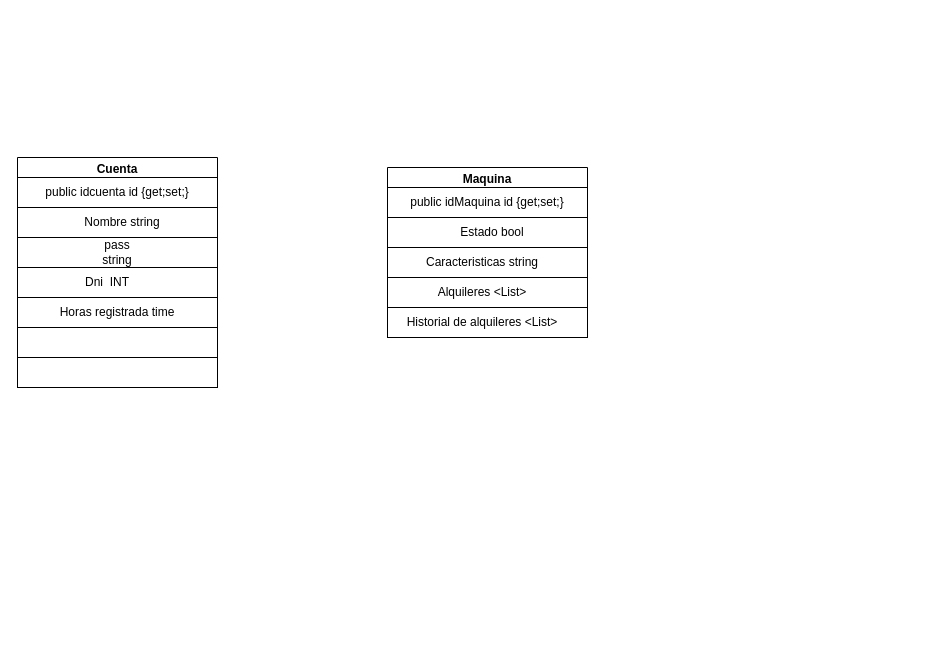
Before: Untitled Diagram.drawio in Sherklan12e/Loginyutu, a draw.io diagram. Source tidied: cells renumbered, new cells numbered last; positions are measured from the earlier drawing's top-left corner, leaving out a move shared by most shapes. Both pictures are drawn from the tidied source at 100%, with x=0, y=0 at pixel (17, 157).
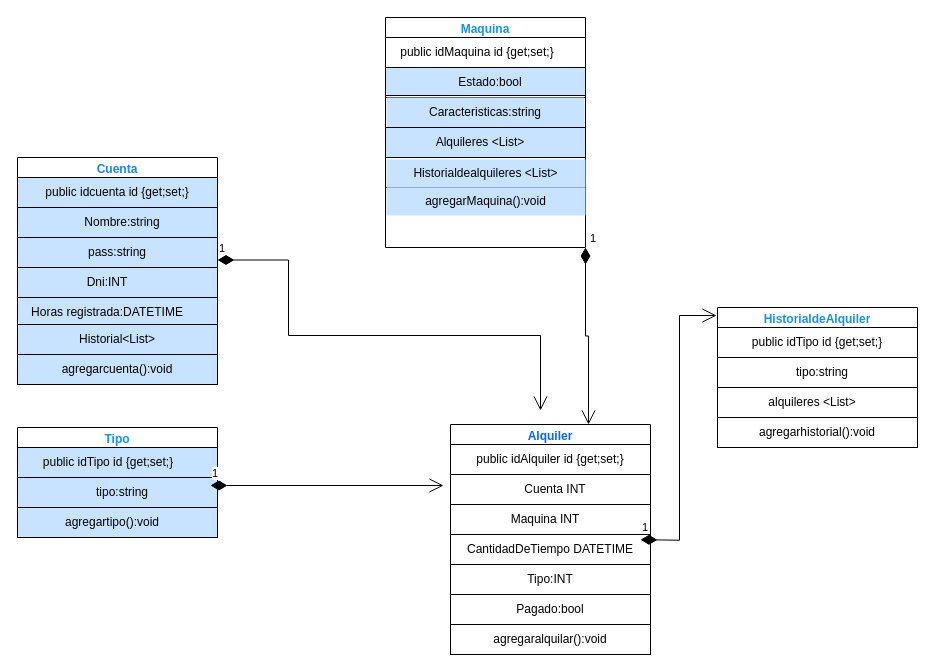
The same page after the edit.

What changed in the source:
```diff
@@
-    <mxCell id="2" value="Cuenta" style="swimlane;whiteSpace=wrap;html=1;" parent="1" vertex="1">
-      <mxGeometry width="200" height="200" as="geometry" />
+    <mxCell id="2" value="Cuenta" style="swimlane;whiteSpace=wrap;html=1;fontColor=#1783FF;" parent="1" vertex="1">
+      <mxGeometry width="200" height="227" as="geometry" />
     </mxCell>
-    <mxCell id="3" style="rounded=0;whiteSpace=wrap;html=1;" parent="2" vertex="1">
+    <mxCell id="3" style="rounded=0;whiteSpace=wrap;html=1;fontColor=#66FFFF;fillColor=#C7E3FF;" parent="2" vertex="1">
       <mxGeometry y="20" width="200" height="30" as="geometry" />
     </mxCell>
-    <mxCell id="4" style="rounded=0;whiteSpace=wrap;html=1;" parent="2" vertex="1">
+    <mxCell id="4" style="rounded=0;whiteSpace=wrap;html=1;fontColor=#66FFFF;fillColor=#C7E3FF;" parent="2" vertex="1">
       <mxGeometry y="80" width="200" height="30" as="geometry" />
     </mxCell>
-    <mxCell id="5" style="rounded=0;whiteSpace=wrap;html=1;" parent="2" vertex="1">
+    <mxCell id="5" style="rounded=0;whiteSpace=wrap;html=1;fontColor=#66FFFF;fillColor=#C7E3FF;" parent="2" vertex="1">
       <mxGeometry y="50" width="200" height="30" as="geometry" />
     </mxCell>
-    <mxCell id="6" style="rounded=0;whiteSpace=wrap;html=1;" parent="2" vertex="1">
+    <mxCell id="6" style="rounded=0;whiteSpace=wrap;html=1;fontColor=#66FFFF;fillColor=#C7E3FF;" parent="2" vertex="1">
       <mxGeometry y="110" width="200" height="30" as="geometry" />
     </mxCell>
-    <mxCell id="7" style="rounded=0;whiteSpace=wrap;html=1;" parent="2" vertex="1">
+    <mxCell id="7" style="rounded=0;whiteSpace=wrap;html=1;fontColor=#66FFFF;fillColor=#C7E3FF;" parent="2" vertex="1">
       <mxGeometry y="140" width="200" height="30" as="geometry" />
     </mxCell>
-    <mxCell id="8" style="rounded=0;whiteSpace=wrap;html=1;" parent="2" vertex="1">
-      <mxGeometry y="170" width="200" height="30" as="geometry" />
-    </mxCell>
@@
-    <mxCell id="10" value="Nombre string" style="text;html=1;align=center;verticalAlign=middle;whiteSpace=wrap;rounded=0;" parent="2" vertex="1">
+    <mxCell id="10" value="Nombre:string" style="text;html=1;align=center;verticalAlign=middle;whiteSpace=wrap;rounded=0;" parent="2" vertex="1">
       <mxGeometry x="50" y="50" width="110" height="30" as="geometry" />
     </mxCell>
-    <mxCell id="11" value="&lt;div&gt;pass string&lt;br&gt;&lt;/div&gt;" style="text;html=1;align=center;verticalAlign=middle;whiteSpace=wrap;rounded=0;" parent="2" vertex="1">
+    <mxCell id="11" value="&lt;div&gt;pass:string&lt;br&gt;&lt;/div&gt;" style="text;html=1;align=center;verticalAlign=middle;whiteSpace=wrap;rounded=0;" parent="2" vertex="1">
       <mxGeometry x="70" y="80" width="60" height="30" as="geometry" />
     </mxCell>
-    <mxCell id="12" value="&lt;div&gt;Dni&amp;nbsp; INT&lt;br&gt;&lt;/div&gt;" style="text;html=1;align=center;verticalAlign=middle;whiteSpace=wrap;rounded=0;" parent="2" vertex="1">
+    <mxCell id="12" value="&lt;div&gt;Dni:INT&lt;br&gt;&lt;/div&gt;" style="text;html=1;align=center;verticalAlign=middle;whiteSpace=wrap;rounded=0;" parent="2" vertex="1">
       <mxGeometry x="60" y="110" width="60" height="30" as="geometry" />
     </mxCell>
-    <mxCell id="13" value="Horas registrada time" style="text;html=1;align=center;verticalAlign=middle;whiteSpace=wrap;rounded=0;" parent="2" vertex="1">
-      <mxGeometry x="40" y="140" width="120" height="30" as="geometry" />
+    <mxCell id="13" value="Horas registrada:DATETIME" style="text;html=1;align=center;verticalAlign=middle;whiteSpace=wrap;rounded=0;" parent="2" vertex="1">
+      <mxGeometry y="140" width="180" height="30" as="geometry" />
     </mxCell>
-    <mxCell id="14" style="rounded=0;whiteSpace=wrap;html=1;" parent="1" vertex="1">
-      <mxGeometry y="200" width="200" height="30" as="geometry" />
+    <mxCell id="14" value="Historial&amp;lt;List&amp;gt;" style="rounded=0;whiteSpace=wrap;html=1;fontColor=#000000;fillColor=#C7E3FF;" parent="2" vertex="1">
+      <mxGeometry y="167" width="200" height="30" as="geometry" />
     </mxCell>
+    <mxCell id="8" value="&lt;font&gt;agregarcuenta()&lt;/font&gt;:void" style="rounded=0;whiteSpace=wrap;html=1;fontColor=#000000;fillColor=#C7E3FF;" parent="2" vertex="1">
+      <mxGeometry y="197" width="200" height="30" as="geometry" />
+    </mxCell>
-    <mxCell id="15" value="Maquina" style="swimlane;whiteSpace=wrap;html=1;" parent="1" vertex="1">
-      <mxGeometry x="370" y="10" width="200" height="170" as="geometry" />
+    <mxCell id="15" value="Maquina" style="swimlane;whiteSpace=wrap;html=1;fontColor=#1290FF;" parent="1" vertex="1">
+      <mxGeometry x="368" y="-140" width="200" height="230" as="geometry" />
     </mxCell>
-    <mxCell id="16" style="rounded=0;whiteSpace=wrap;html=1;" parent="15" vertex="1">
+    <mxCell id="16" style="rounded=0;whiteSpace=wrap;html=1;fillColor=#FFFFFF;" parent="15" vertex="1">
       <mxGeometry y="20" width="200" height="30" as="geometry" />
     </mxCell>
@@
-    <mxCell id="18" style="rounded=0;whiteSpace=wrap;html=1;" parent="15" vertex="1">
-      <mxGeometry y="50" width="200" height="30" as="geometry" />
+    <mxCell id="18" style="rounded=0;whiteSpace=wrap;html=1;fillColor=#C7E3FF;" parent="15" vertex="1">
+      <mxGeometry y="50" width="200" height="28" as="geometry" />
     </mxCell>
     <mxCell id="19" value="public idMaquina id {get;set;}" style="text;html=1;align=center;verticalAlign=middle;whiteSpace=wrap;rounded=0;" parent="15" vertex="1">
-      <mxGeometry x="10" y="20" width="180" height="30" as="geometry" />
+      <mxGeometry x="10" y="20" width="164" height="30" as="geometry" />
     </mxCell>
-    <mxCell id="20" value="Estado bool" style="text;html=1;align=center;verticalAlign=middle;whiteSpace=wrap;rounded=0;" parent="15" vertex="1">
+    <mxCell id="20" value="Estado:bool" style="text;html=1;align=center;verticalAlign=middle;whiteSpace=wrap;rounded=0;" parent="15" vertex="1">
       <mxGeometry x="50" y="50" width="110" height="30" as="geometry" />
     </mxCell>
-    <mxCell id="21" value="Caracteristicas string" style="text;html=1;align=center;verticalAlign=middle;whiteSpace=wrap;rounded=0;" parent="15" vertex="1">
-      <mxGeometry y="80" width="190" height="30" as="geometry" />
+    <mxCell id="21" value="Caracteristicas:string" style="text;html=1;align=center;verticalAlign=middle;whiteSpace=wrap;rounded=0;fillColor=#C7E3FF;" parent="15" vertex="1">
+      <mxGeometry x="1" y="80" width="198" height="30" as="geometry" />
     </mxCell>
-    <mxCell id="22" style="rounded=0;whiteSpace=wrap;html=1;" parent="15" vertex="1">
+    <mxCell id="22" style="rounded=0;whiteSpace=wrap;html=1;fillColor=#C7E3FF;" parent="15" vertex="1">
       <mxGeometry y="110" width="200" height="30" as="geometry" />
     </mxCell>
@@
-    <mxCell id="25" value="Historial de alquileres &amp;lt;List&amp;gt;" style="text;html=1;align=center;verticalAlign=middle;whiteSpace=wrap;rounded=0;" parent="15" vertex="1">
-      <mxGeometry y="140" width="190" height="30" as="geometry" />
+    <mxCell id="25" value="Historialdealquileres &amp;lt;List&amp;gt;" style="text;html=1;align=center;verticalAlign=middle;whiteSpace=wrap;rounded=0;fillColor=#C7E3FF;" parent="15" vertex="1">
+      <mxGeometry x="1" y="142" width="199" height="28" as="geometry" />
     </mxCell>
+    <mxCell id="26" value="agregarMaquina():void" style="text;html=1;align=center;verticalAlign=middle;whiteSpace=wrap;rounded=0;fillColor=#C7E3FF;" parent="15" vertex="1">
+      <mxGeometry x="1" y="170" width="199" height="28" as="geometry" />
+    </mxCell>
+    <mxCell id="27" value="Tipo" style="swimlane;whiteSpace=wrap;html=1;fontColor=#1290FF;" parent="1" vertex="1">
+      <mxGeometry y="270" width="200" height="110" as="geometry" />
+    </mxCell>
+    <mxCell id="28" style="rounded=0;whiteSpace=wrap;html=1;fillColor=#C7E3FF;" parent="27" vertex="1">
+      <mxGeometry y="20" width="200" height="30" as="geometry" />
+    </mxCell>
+    <mxCell id="29" style="rounded=0;whiteSpace=wrap;html=1;fillColor=#C7E3FF;" parent="27" vertex="1">
+      <mxGeometry y="50" width="200" height="30" as="geometry" />
+    </mxCell>
+    <mxCell id="30" value="public idTipo id {get;set;}" style="text;html=1;align=center;verticalAlign=middle;whiteSpace=wrap;rounded=0;" parent="27" vertex="1">
+      <mxGeometry x="10" y="20" width="162" height="30" as="geometry" />
+    </mxCell>
+    <mxCell id="31" value="tipo:string" style="text;html=1;align=center;verticalAlign=middle;whiteSpace=wrap;rounded=0;" parent="27" vertex="1">
+      <mxGeometry x="50" y="50" width="110" height="30" as="geometry" />
+    </mxCell>
+    <mxCell id="32" style="rounded=0;whiteSpace=wrap;html=1;fillColor=#C7E3FF;" parent="27" vertex="1">
+      <mxGeometry y="80" width="200" height="30" as="geometry" />
+    </mxCell>
+    <mxCell id="33" value="agregartipo():void" style="text;html=1;align=center;verticalAlign=middle;whiteSpace=wrap;rounded=0;" parent="27" vertex="1">
+      <mxGeometry x="10" y="80" width="170" height="30" as="geometry" />
+    </mxCell>
+    <mxCell id="34" value="Alquiler" style="swimlane;whiteSpace=wrap;html=1;fontColor=#0066FF;" parent="1" vertex="1">
+      <mxGeometry x="433" y="267" width="200" height="223" as="geometry" />
+    </mxCell>
+    <mxCell id="35" style="rounded=0;whiteSpace=wrap;html=1;" parent="34" vertex="1">
+      <mxGeometry y="20" width="200" height="30" as="geometry" />
+    </mxCell>
+    <mxCell id="36" style="rounded=0;whiteSpace=wrap;html=1;" parent="34" vertex="1">
+      <mxGeometry y="50" width="200" height="30" as="geometry" />
+    </mxCell>
+    <mxCell id="37" value="public idAlquiler id {get;set;}" style="text;html=1;align=center;verticalAlign=middle;whiteSpace=wrap;rounded=0;" parent="34" vertex="1">
+      <mxGeometry x="10" y="20" width="180" height="30" as="geometry" />
+    </mxCell>
+    <mxCell id="38" value="Cuenta INT" style="text;html=1;align=center;verticalAlign=middle;whiteSpace=wrap;rounded=0;" parent="34" vertex="1">
+      <mxGeometry x="50" y="50" width="110" height="30" as="geometry" />
+    </mxCell>
+    <mxCell id="39" style="rounded=0;whiteSpace=wrap;html=1;" parent="34" vertex="1">
+      <mxGeometry y="80" width="200" height="30" as="geometry" />
+    </mxCell>
+    <mxCell id="40" value="Maquina INT" style="text;html=1;align=center;verticalAlign=middle;whiteSpace=wrap;rounded=0;" parent="34" vertex="1">
+      <mxGeometry x="10" y="80" width="170" height="30" as="geometry" />
+    </mxCell>
+    <mxCell id="41" value="CantidadDeTiempo DATETIME" style="rounded=0;whiteSpace=wrap;html=1;" parent="34" vertex="1">
+      <mxGeometry y="110" width="200" height="30" as="geometry" />
+    </mxCell>
+    <mxCell id="42" value="Tipo:INT" style="rounded=0;whiteSpace=wrap;html=1;" parent="34" vertex="1">
+      <mxGeometry y="140" width="200" height="30" as="geometry" />
+    </mxCell>
+    <mxCell id="43" value="Pagado:bool" style="rounded=0;whiteSpace=wrap;html=1;" parent="34" vertex="1">
+      <mxGeometry y="170" width="200" height="30" as="geometry" />
+    </mxCell>
+    <mxCell id="44" value="agregaralquilar():void" style="rounded=0;whiteSpace=wrap;html=1;" parent="34" vertex="1">
+      <mxGeometry y="200" width="200" height="30" as="geometry" />
+    </mxCell>
+    <mxCell id="45" value="HistorialdeAlquiler" style="swimlane;whiteSpace=wrap;html=1;fontColor=#1290FF;" parent="1" vertex="1">
+      <mxGeometry x="700" y="150" width="200" height="110" as="geometry" />
+    </mxCell>
+    <mxCell id="46" style="rounded=0;whiteSpace=wrap;html=1;" parent="45" vertex="1">
+      <mxGeometry y="20" width="200" height="30" as="geometry" />
+    </mxCell>
+    <mxCell id="47" style="rounded=0;whiteSpace=wrap;html=1;" parent="45" vertex="1">
+      <mxGeometry y="50" width="200" height="30" as="geometry" />
+    </mxCell>
+    <mxCell id="48" value="public idTipo id {get;set;}" style="text;html=1;align=center;verticalAlign=middle;whiteSpace=wrap;rounded=0;" parent="45" vertex="1">
+      <mxGeometry x="10" y="20" width="180" height="30" as="geometry" />
+    </mxCell>
+    <mxCell id="49" value="tipo:string" style="text;html=1;align=center;verticalAlign=middle;whiteSpace=wrap;rounded=0;" parent="45" vertex="1">
+      <mxGeometry x="50" y="50" width="110" height="30" as="geometry" />
+    </mxCell>
+    <mxCell id="50" style="rounded=0;whiteSpace=wrap;html=1;" parent="45" vertex="1">
+      <mxGeometry y="80" width="200" height="30" as="geometry" />
+    </mxCell>
+    <mxCell id="51" value="alquileres &amp;lt;List&amp;gt;" style="text;html=1;align=center;verticalAlign=middle;whiteSpace=wrap;rounded=0;" parent="45" vertex="1">
+      <mxGeometry x="10" y="80" width="170" height="30" as="geometry" />
+    </mxCell>
+    <mxCell id="52" value="1" style="endArrow=open;html=1;endSize=12;startArrow=diamondThin;startSize=14;startFill=1;edgeStyle=orthogonalEdgeStyle;align=left;verticalAlign=bottom;rounded=0;exitX=1;exitY=0.75;exitDx=0;exitDy=0;" parent="1" edge="1" source="4">
+      <mxGeometry x="-1" y="3" relative="1" as="geometry">
+        <mxPoint x="523" y="253" as="targetPoint" />
+        <Array as="points">
+          <mxPoint x="271" y="103" />
+          <mxPoint x="271" y="178" />
+          <mxPoint x="523" y="178" />
+        </Array>
+      </mxGeometry>
+    </mxCell>
+    <mxCell id="53" value="1" style="endArrow=open;html=1;endSize=12;startArrow=diamondThin;startSize=14;startFill=1;edgeStyle=orthogonalEdgeStyle;align=left;verticalAlign=bottom;rounded=0;exitX=1;exitY=1;exitDx=0;exitDy=0;entryX=0.69;entryY=0;entryDx=0;entryDy=0;entryPerimeter=0;" parent="1" edge="1" source="15" target="34">
+      <mxGeometry x="-1" y="3" relative="1" as="geometry" />
+    </mxCell>
+    <mxCell id="54" value="1" style="endArrow=open;html=1;endSize=12;startArrow=diamondThin;startSize=14;startFill=1;edgeStyle=orthogonalEdgeStyle;align=left;verticalAlign=bottom;rounded=0;" parent="1" edge="1">
+      <mxGeometry x="-1" y="3" relative="1" as="geometry">
+        <mxPoint x="193" y="328" as="sourcePoint" />
+        <mxPoint x="426" y="328" as="targetPoint" />
+      </mxGeometry>
+    </mxCell>
+    <mxCell id="55" value="1" style="endArrow=open;html=1;endSize=12;startArrow=diamondThin;startSize=14;startFill=1;edgeStyle=orthogonalEdgeStyle;align=left;verticalAlign=bottom;rounded=0;entryX=-0.005;entryY=0.073;entryDx=0;entryDy=0;entryPerimeter=0;" parent="1" edge="1" target="45">
+      <mxGeometry x="-1" y="3" relative="1" as="geometry">
+        <mxPoint x="623" y="382.2" as="sourcePoint" />
+      </mxGeometry>
+    </mxCell>
+    <mxCell id="56" value="agregarhistorial():void" style="rounded=0;whiteSpace=wrap;html=1;" parent="1" vertex="1">
+      <mxGeometry x="700" y="260" width="200" height="30" as="geometry" />
+    </mxCell>
```
